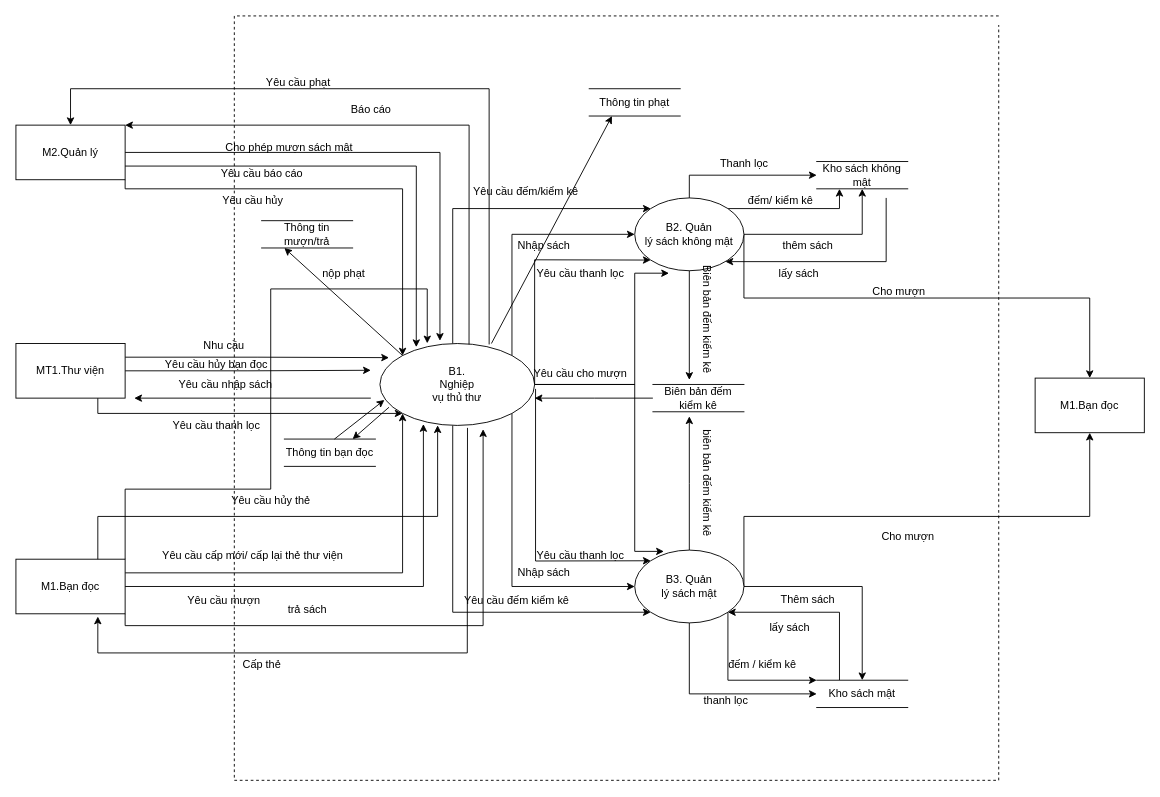
Above: page "DFD_1" (2 of 5) of bài tap lớn/DFD.drawio in vqh17062001/PTTKHT (draw.io), before the change. Source tidied: cells renumbered, new cells numbered last; positions are measured from the earlier drawing's top-left corner, leaving out a move shared by most shapes. Both pictures are drawn from the tidied source at 91%, with x=0, y=0 at pixel (15, 15).
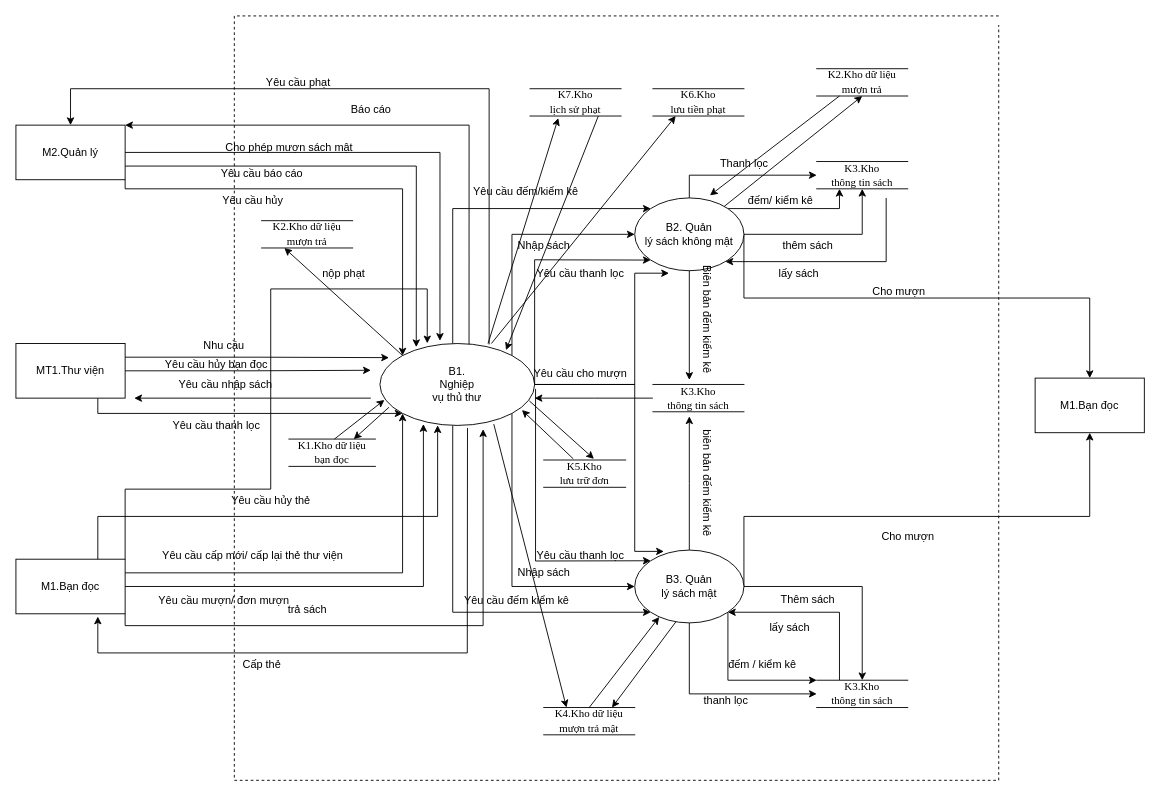
Above is the later version.

The change refers to these unchanged cells:
```xml
<mxCell id="6" value="B2. Quản&lt;br&gt;lý sách không mật" style="ellipse;whiteSpace=wrap;html=1;" parent="1" vertex="1">
  <mxGeometry x="680" y="200" width="120" height="80" as="geometry" />
</mxCell>
<mxCell id="20" value="B3. Quản&lt;br&gt;lý sách mật" style="ellipse;whiteSpace=wrap;html=1;" parent="1" vertex="1">
  <mxGeometry x="680" y="587" width="120" height="80" as="geometry" />
</mxCell>
<mxCell id="25" value="B1.&lt;br&gt;Nghiệp&lt;br&gt;vụ thủ thư" style="ellipse;whiteSpace=wrap;html=1;" parent="1" vertex="1">
  <mxGeometry x="400" y="360" width="170" height="90" as="geometry" />
</mxCell>
```

What changed in the source:
```diff
@@
-    <mxCell id="14" value="Kho sách không mật" style="html=1;dashed=0;whiteSpace=wrap;shape=partialRectangle;right=0;left=0;" parent="1" vertex="1">
+    <mxCell id="14" value="&lt;span style=&quot;font-family: &amp;quot;Times New Roman&amp;quot;, serif;&quot;&gt;K3.Kho&lt;/span&gt;&lt;br style=&quot;font-family: &amp;quot;Times New Roman&amp;quot;, serif;&quot;&gt;&lt;span style=&quot;font-family: &amp;quot;Times New Roman&amp;quot;, serif;&quot;&gt;thông tin sách&lt;/span&gt;" style="html=1;dashed=0;whiteSpace=wrap;shape=partialRectangle;right=0;left=0;" parent="1" vertex="1">
       <mxGeometry x="880" y="160" width="100" height="30" as="geometry" />
     </mxCell>
@@
-    <mxCell id="30" value="Kho sách mật" style="html=1;dashed=0;whiteSpace=wrap;shape=partialRectangle;right=0;left=0;" parent="1" vertex="1">
+    <mxCell id="30" value="&lt;span style=&quot;line-height: 130%; font-family: &amp;quot;Times New Roman&amp;quot;, serif;&quot; lang=&quot;VI&quot;&gt;K3.Kho&lt;br/&gt;thông tin sách&lt;/span&gt;" style="html=1;dashed=0;whiteSpace=wrap;shape=partialRectangle;right=0;left=0;" parent="1" vertex="1">
       <mxGeometry x="880" y="730" width="100" height="30" as="geometry" />
     </mxCell>
-    <mxCell id="31" value="Thông tin bạn đọc" style="html=1;dashed=0;whiteSpace=wrap;shape=partialRectangle;right=0;left=0;" parent="1" vertex="1">
-      <mxGeometry x="295" y="465" width="100" height="30" as="geometry" />
+    <mxCell id="31" value="&lt;span style=&quot;line-height: 130%; font-family: &amp;quot;Times New Roman&amp;quot;, serif;&quot; lang=&quot;EN-GB&quot;&gt;&lt;font style=&quot;font-size: 12px;&quot;&gt;K1.Kho dữ liệu bạn đọc&lt;/font&gt;&lt;/span&gt;" style="html=1;dashed=0;whiteSpace=wrap;shape=partialRectangle;right=0;left=0;" parent="1" vertex="1">
+      <mxGeometry x="300" y="465" width="95" height="30" as="geometry" />
     </mxCell>
-    <mxCell id="32" value="Thông tin mượn/trả" style="html=1;dashed=0;whiteSpace=wrap;shape=partialRectangle;right=0;left=0;" parent="1" vertex="1">
+    <mxCell id="32" value="&lt;span style=&quot;line-height: 130%; font-family: &amp;quot;Times New Roman&amp;quot;, serif;&quot; lang=&quot;EN-GB&quot;&gt;&lt;font style=&quot;font-size: 12px;&quot;&gt;K2.Kho dữ liệu mượn trả&lt;/font&gt;&lt;/span&gt;" style="html=1;dashed=0;whiteSpace=wrap;shape=partialRectangle;right=0;left=0;" parent="1" vertex="1">
       <mxGeometry x="270" y="225" width="100" height="30" as="geometry" />
     </mxCell>
-    <mxCell id="33" value="Thông tin phạt" style="html=1;dashed=0;whiteSpace=wrap;shape=partialRectangle;right=0;left=0;" parent="1" vertex="1">
-      <mxGeometry x="630" y="80" width="100" height="30" as="geometry" />
+    <mxCell id="33" value="&lt;span style=&quot;line-height: 130%; font-family: &amp;quot;Times New Roman&amp;quot;, serif;&quot; lang=&quot;VI&quot;&gt;&lt;font style=&quot;font-size: 12px;&quot;&gt;K6.Kho&lt;br/&gt;lưu tiền phạt&lt;/font&gt;&lt;/span&gt;" style="html=1;dashed=0;whiteSpace=wrap;shape=partialRectangle;right=0;left=0;" parent="1" vertex="1">
+      <mxGeometry x="700" y="80" width="100" height="30" as="geometry" />
     </mxCell>
@@
-    <mxCell id="35" value="Biên bản đếm kiểm kê" style="html=1;dashed=0;whiteSpace=wrap;shape=partialRectangle;right=0;left=0;" parent="1" vertex="1">
+    <mxCell id="35" value="&lt;span style=&quot;font-family: &amp;quot;Times New Roman&amp;quot;, serif;&quot;&gt;K3.Kho&lt;/span&gt;&lt;br style=&quot;font-family: &amp;quot;Times New Roman&amp;quot;, serif;&quot;&gt;&lt;span style=&quot;font-family: &amp;quot;Times New Roman&amp;quot;, serif;&quot;&gt;thông tin sách&lt;/span&gt;" style="html=1;dashed=0;whiteSpace=wrap;shape=partialRectangle;right=0;left=0;" parent="1" vertex="1">
       <mxGeometry x="700" y="405" width="100" height="30" as="geometry" />
     </mxCell>
@@
-    <mxCell id="53" value="Thanh lọc" style="text;html=1;align=center;verticalAlign=middle;strokeColor=none;fillColor=none;" parent="1" vertex="1">
+    <mxCell id="53" value="Thanh lọc" style="text;html=1;align=center;verticalAlign=middle;strokeColor=none;fillColor=none;gradientColor=none;" parent="1" vertex="1">
       <mxGeometry x="760" y="148" width="80" height="30" as="geometry" />
     </mxCell>
@@
-    <mxCell id="63" value="Yêu cầu mượn&amp;nbsp;" style="text;html=1;align=center;verticalAlign=middle;strokeColor=none;fillColor=none;" parent="1" vertex="1">
-      <mxGeometry x="175" y="628" width="110" height="30" as="geometry" />
+    <mxCell id="63" value="Yêu cầu mượn/ đơn mượn&amp;nbsp;" style="text;html=1;align=center;verticalAlign=middle;strokeColor=none;fillColor=none;" parent="1" vertex="1">
+      <mxGeometry x="145" y="628" width="170" height="30" as="geometry" />
     </mxCell>
@@
+    <mxCell id="90" value="&lt;span style=&quot;line-height: 130%; font-family: &amp;quot;Times New Roman&amp;quot;, serif;&quot; lang=&quot;VI&quot;&gt;&lt;font style=&quot;font-size: 12px;&quot;&gt;K7.Kho&lt;br/&gt;lịch sử phạt&lt;/font&gt;&lt;/span&gt;" style="html=1;dashed=0;whiteSpace=wrap;shape=partialRectangle;right=0;left=0;" parent="1" vertex="1">
+      <mxGeometry x="565" y="80" width="100" height="30" as="geometry" />
+    </mxCell>
+    <mxCell id="91" style="endArrow=classic;html=1;rounded=0;entryX=0.31;entryY=1.072;entryDx=0;entryDy=0;exitX=0.699;exitY=0;exitDx=0;exitDy=0;exitPerimeter=0;entryPerimeter=0;" parent="1" edge="1" source="25" target="90">
+      <mxGeometry relative="1" as="geometry" />
+    </mxCell>
+    <mxCell id="92" style="endArrow=classic;html=1;rounded=0;exitX=0.75;exitY=1;exitDx=0;exitDy=0;entryX=0.815;entryY=0.08;entryDx=0;entryDy=0;entryPerimeter=0;" parent="1" edge="1" source="90" target="25">
+      <mxGeometry relative="1" as="geometry" />
+    </mxCell>
+    <mxCell id="93" value="&lt;span style=&quot;line-height: 130%; font-family: &amp;quot;Times New Roman&amp;quot;, serif;&quot; lang=&quot;EN-GB&quot;&gt;&lt;font style=&quot;font-size: 12px;&quot;&gt;K2.Kho dữ liệu mượn trả&lt;/font&gt;&lt;/span&gt;" style="html=1;dashed=0;whiteSpace=wrap;shape=partialRectangle;right=0;left=0;" parent="1" vertex="1">
+      <mxGeometry x="880" y="58" width="100" height="30" as="geometry" />
+    </mxCell>
+    <mxCell id="94" style="endArrow=classic;html=1;rounded=0;exitX=0.25;exitY=1;exitDx=0;exitDy=0;entryX=0.689;entryY=-0.035;entryDx=0;entryDy=0;entryPerimeter=0;" parent="1" edge="1" source="93" target="6">
+      <mxGeometry relative="1" as="geometry" />
+    </mxCell>
+    <mxCell id="95" style="endArrow=classic;html=1;rounded=0;entryX=0.5;entryY=1;entryDx=0;entryDy=0;" parent="1" edge="1" source="6" target="93">
+      <mxGeometry relative="1" as="geometry" />
+    </mxCell>
+    <mxCell id="96" value="&lt;span style=&quot;line-height: 130%; font-family: &amp;quot;Times New Roman&amp;quot;, serif;&quot; lang=&quot;VI&quot;&gt;&lt;font style=&quot;font-size: 12px;&quot;&gt;K4.Kho dữ liệu mượn trả mật&lt;/font&gt;&lt;/span&gt;" style="html=1;dashed=0;whiteSpace=wrap;shape=partialRectangle;right=0;left=0;" parent="1" vertex="1">
+      <mxGeometry x="580" y="760" width="100" height="30" as="geometry" />
+    </mxCell>
+    <mxCell id="97" style="endArrow=classic;html=1;rounded=0;entryX=0.224;entryY=0.919;entryDx=0;entryDy=0;entryPerimeter=0;exitX=0.5;exitY=0;exitDx=0;exitDy=0;" parent="1" edge="1" source="96" target="20">
+      <mxGeometry relative="1" as="geometry" />
+    </mxCell>
+    <mxCell id="98" style="endArrow=classic;html=1;rounded=0;exitX=0.377;exitY=0.985;exitDx=0;exitDy=0;exitPerimeter=0;entryX=0.75;entryY=0;entryDx=0;entryDy=0;" parent="1" edge="1" source="20" target="96">
+      <mxGeometry relative="1" as="geometry" />
+    </mxCell>
+    <mxCell id="99" style="endArrow=classic;html=1;rounded=0;exitX=0.736;exitY=0.984;exitDx=0;exitDy=0;exitPerimeter=0;entryX=0.25;entryY=0;entryDx=0;entryDy=0;" parent="1" edge="1" source="25" target="96">
+      <mxGeometry relative="1" as="geometry" />
+    </mxCell>
+    <mxCell id="100" value="&lt;span style=&quot;line-height: 130%; font-family: &amp;quot;Times New Roman&amp;quot;, serif;&quot; lang=&quot;VI&quot;&gt;&lt;font style=&quot;font-size: 12px;&quot;&gt;K5.Kho&lt;br/&gt;lưu trữ đơn&lt;/font&gt;&lt;/span&gt;" style="html=1;dashed=0;whiteSpace=wrap;shape=partialRectangle;right=0;left=0;" parent="1" vertex="1">
+      <mxGeometry x="580" y="488" width="90" height="30" as="geometry" />
+    </mxCell>
+    <mxCell id="101" style="endArrow=classic;html=1;rounded=0;exitX=0.966;exitY=0.701;exitDx=0;exitDy=0;exitPerimeter=0;entryX=0.613;entryY=-0.042;entryDx=0;entryDy=0;entryPerimeter=0;" parent="1" edge="1" source="25" target="100">
+      <mxGeometry relative="1" as="geometry" />
+    </mxCell>
+    <mxCell id="102" style="endArrow=classic;html=1;rounded=0;exitX=0.361;exitY=-0.042;exitDx=0;exitDy=0;exitPerimeter=0;entryX=0.918;entryY=0.812;entryDx=0;entryDy=0;entryPerimeter=0;" parent="1" edge="1" source="100" target="25">
+      <mxGeometry relative="1" as="geometry" />
+    </mxCell>
```
